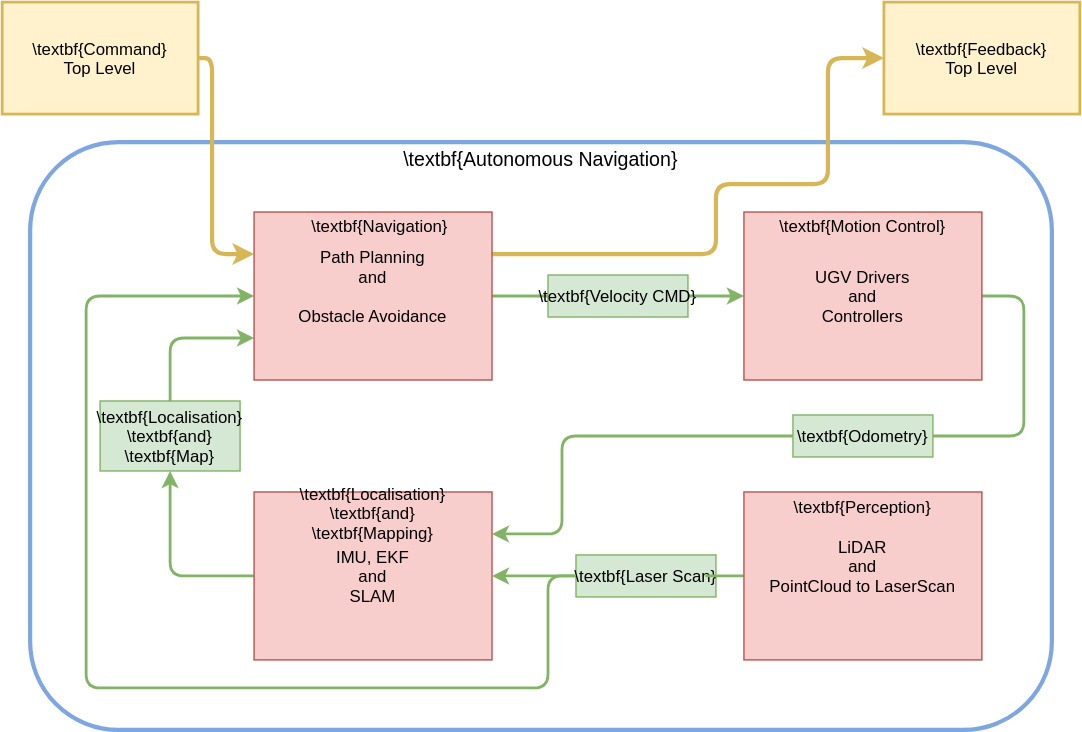
This is Figures/figANMethod.drawio.svg from orjano-max/ORJANOS_MASTER_REPO, a draw.io export, as it was before one commit. Source tidied: cells renumbered, new cells last; positions are measured from the earlier drawing's top-left corner, leaving out a move shared by most shapes.
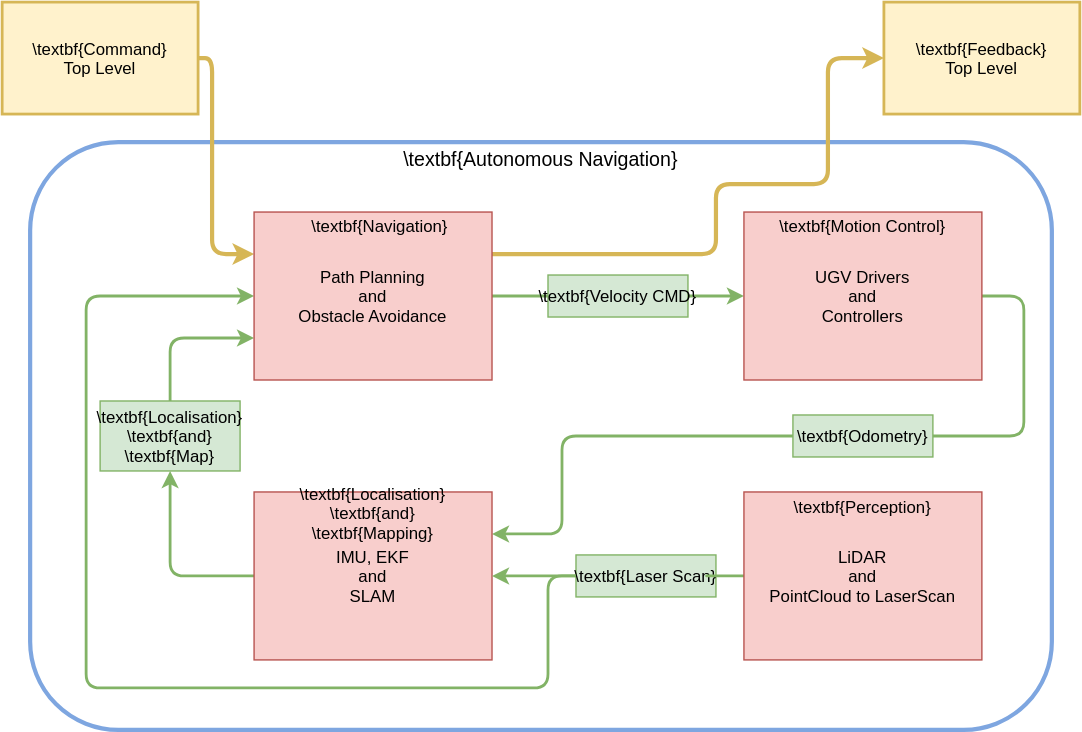
After the change.

The edit, as a diff of the source:
```diff
@@ -77,7 +77,7 @@
         </Array>
       </mxGeometry>
     </mxCell>
-    <mxCell id="16" value="Path Planning&#10;and &#10;&#10;Obstacle Avoidance&#10;" style="rounded=0;fillColor=#f8cecc;strokeColor=#b85450;" parent="1" vertex="1">
+    <mxCell id="16" value="Path Planning&#10;and &#10;Obstacle Avoidance" style="rounded=0;fillColor=#f8cecc;strokeColor=#b85450;" parent="1" vertex="1">
       <mxGeometry x="180" y="150" width="170" height="120" as="geometry" />
     </mxCell>
     <mxCell id="17" value="\textbf{Navigation}" style="text;strokeColor=none;fillColor=none;align=center;verticalAlign=middle;rounded=0;" parent="1" vertex="1">
@@ -121,7 +121,7 @@
     <mxCell id="28" style="group;" parent="1" vertex="1">
       <mxGeometry x="530" y="350" width="170" height="120" as="geometry" />
     </mxCell>
-    <mxCell id="29" value="LiDAR&#10;and&#10;PointCloud to LaserScan&#10;" style="rounded=0;fillColor=#f8cecc;strokeColor=#b85450;" parent="28" vertex="1">
+    <mxCell id="29" value="LiDAR&#10;and&#10;PointCloud to LaserScan" style="rounded=0;fillColor=#f8cecc;strokeColor=#b85450;" parent="28" vertex="1">
       <mxGeometry width="170" height="120" as="geometry" />
     </mxCell>
     <mxCell id="30" value="\textbf{Perception}" style="text;strokeColor=none;fillColor=none;align=center;verticalAlign=middle;rounded=0;" parent="28" vertex="1">
```
